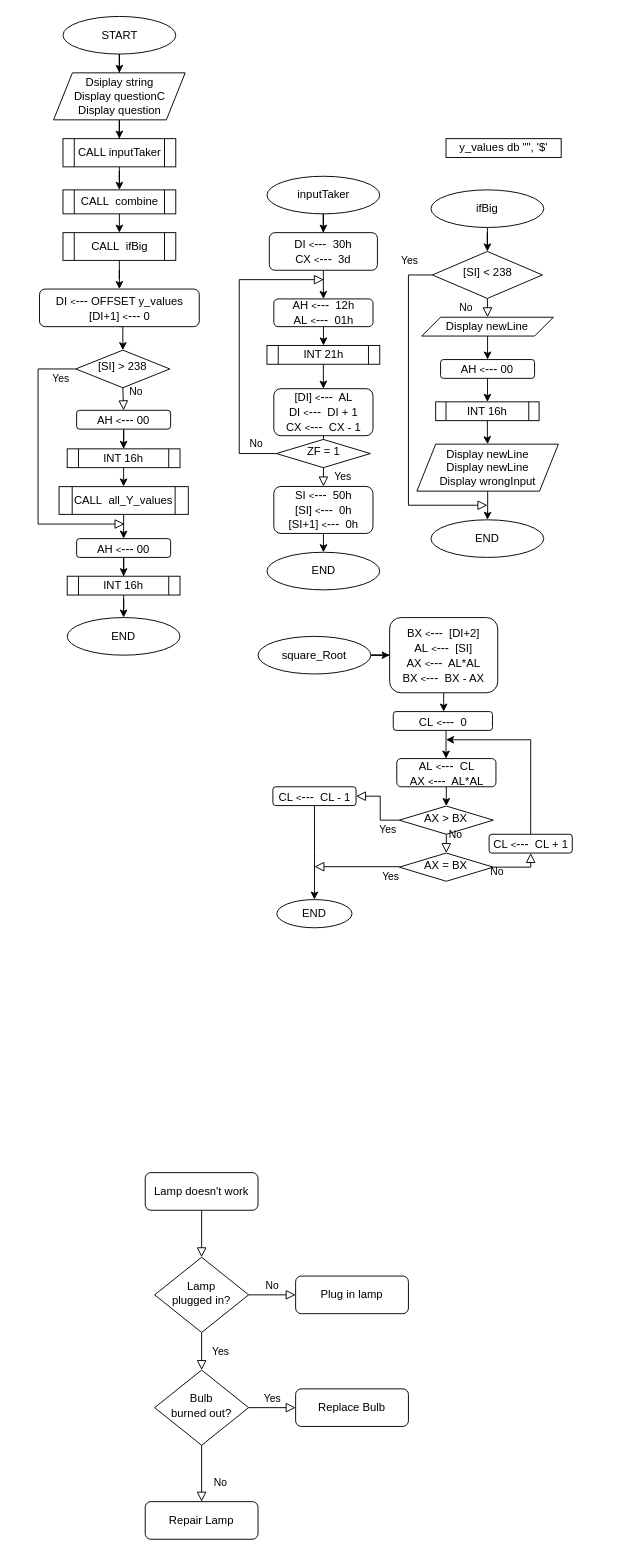
Above: compassSystem.drawio in mmuurraatt/AnadoluRobotik (draw.io), before the change. Source tidied: cells renumbered, new cells numbered last; positions are measured from the earlier drawing's top-left corner, leaving out a move shared by most shapes. Both pictures are drawn from the tidied source at 94%, with x=0, y=0 at pixel (38, 16).
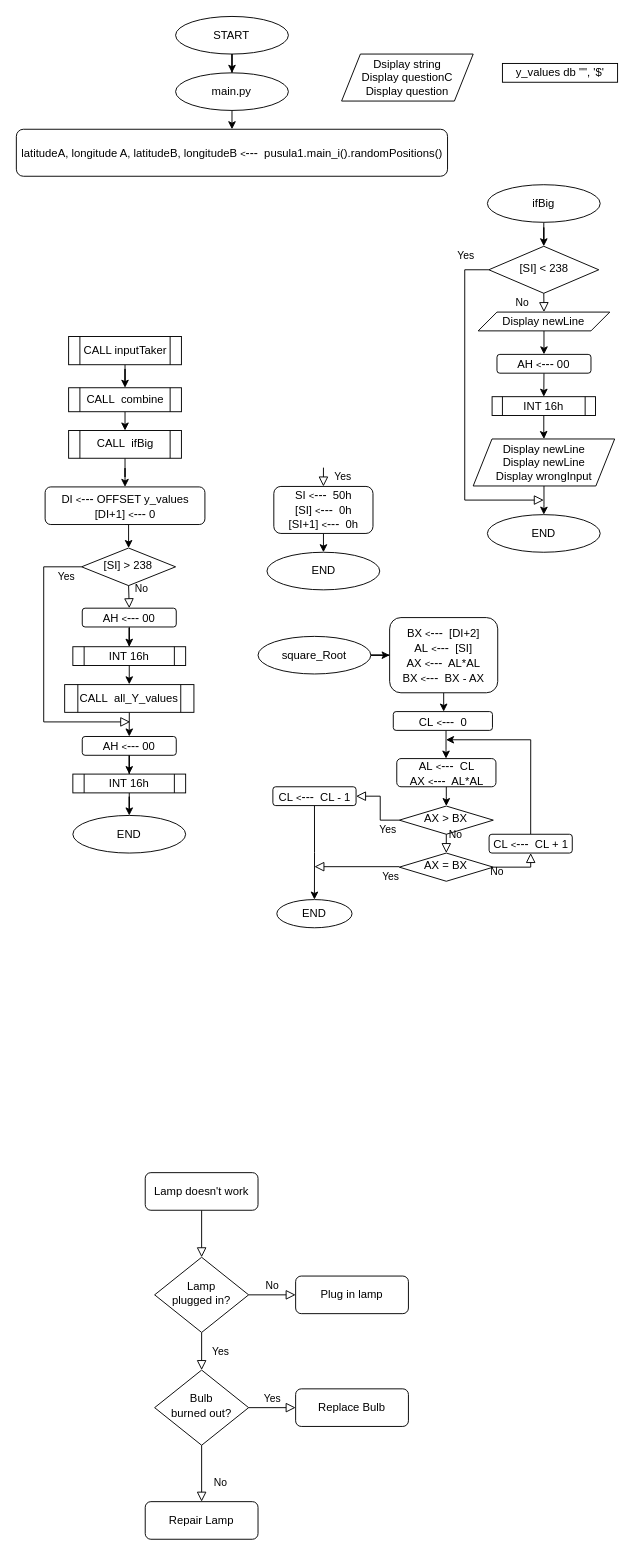
After the change.

Unchanged cells that the change refers to:
```xml
<mxCell id="46" value="SI&amp;nbsp;&lt;font style=&quot;font-size: 10px&quot;&gt;&amp;lt;&lt;/font&gt;&lt;font style=&quot;font-size: 13px&quot;&gt;---&lt;/font&gt;&amp;nbsp; 50h&lt;br&gt;[SI]&amp;nbsp;&lt;font style=&quot;font-size: 10px&quot;&gt;&amp;lt;&lt;/font&gt;&lt;font style=&quot;font-size: 13px&quot;&gt;---&lt;/font&gt;&amp;nbsp; 0h&lt;br&gt;[SI+1]&amp;nbsp;&lt;font style=&quot;font-size: 10px;&quot;&gt;&amp;lt;&lt;/font&gt;&lt;font style=&quot;font-size: 13px;&quot;&gt;---&lt;/font&gt;&amp;nbsp; 0h" style="rounded=1;whiteSpace=wrap;html=1;fontSize=12;glass=0;strokeWidth=1;shadow=0;" parent="1" vertex="1">
  <mxGeometry x="250.8" y="500" width="105.5" height="50" as="geometry" />
</mxCell>
```

Diff of the diagram source:
```diff
@@
-    <mxCell id="13" style="edgeStyle=orthogonalEdgeStyle;rounded=0;jettySize=auto;html=1;" parent="1" edge="1" source="14" target="16">
-      <mxGeometry relative="1" as="geometry" />
-    </mxCell>
+    <mxCell id="89" style="edgeStyle=orthogonalEdgeStyle;rounded=0;jettySize=auto;html=1;" parent="1" edge="1" source="14" target="91">
+      <mxGeometry relative="1" as="geometry" />
+    </mxCell>
     <mxCell id="14" value="START" style="ellipse;whiteSpace=wrap;html=1;" parent="1" vertex="1">
-      <mxGeometry x="26.5" width="120" height="40" as="geometry" />
+      <mxGeometry x="146.3" width="120" height="40" as="geometry" />
     </mxCell>
-    <mxCell id="15" style="edgeStyle=orthogonalEdgeStyle;rounded=0;jettySize=auto;html=1;" parent="1" edge="1" source="16" target="18">
-      <mxGeometry relative="1" as="geometry" />
-    </mxCell>
     <mxCell id="16" value="Dsiplay string&lt;br&gt;Display questionC&lt;br&gt;Display question" style="shape=parallelogram;perimeter=parallelogramPerimeter;whiteSpace=wrap;html=1;fixedSize=1;" parent="1" vertex="1">
-      <mxGeometry x="16.5" y="60" width="140" height="50" as="geometry" />
+      <mxGeometry x="322.9" y="40" width="140" height="50" as="geometry" />
     </mxCell>
@@
     <mxCell id="18" value="CALL inputTaker" style="shape=process;whiteSpace=wrap;html=1;backgroundOutline=1;" parent="1" vertex="1">
-      <mxGeometry x="26.5" y="130" width="120" height="30" as="geometry" />
+      <mxGeometry x="32.5" y="340.5" width="120" height="30" as="geometry" />
     </mxCell>
@@
     <mxCell id="20" value="CALL&amp;nbsp; combine" style="shape=process;whiteSpace=wrap;html=1;backgroundOutline=1;" parent="1" vertex="1">
-      <mxGeometry x="26.5" y="184.5" width="120" height="25.5" as="geometry" />
+      <mxGeometry x="32.5" y="395" width="120" height="25.5" as="geometry" />
     </mxCell>
@@
     <mxCell id="22" value="CALL&amp;nbsp; ifBig" style="shape=process;whiteSpace=wrap;html=1;backgroundOutline=1;" parent="1" vertex="1">
-      <mxGeometry x="26.5" y="230" width="120" height="29.5" as="geometry" />
+      <mxGeometry x="32.5" y="440.5" width="120" height="29.5" as="geometry" />
     </mxCell>
@@
     <mxCell id="24" value="DI&amp;nbsp;&lt;font style=&quot;font-size: 10px&quot;&gt;&amp;lt;&lt;/font&gt;&lt;font style=&quot;font-size: 13px&quot;&gt;---&lt;/font&gt;&amp;nbsp;OFFSET y_values&lt;br&gt;[DI+1]&amp;nbsp;&lt;font style=&quot;font-size: 10px;&quot;&gt;&amp;lt;&lt;/font&gt;&lt;font style=&quot;font-size: 13px;&quot;&gt;---&lt;/font&gt;&amp;nbsp;0" style="rounded=1;whiteSpace=wrap;html=1;fontSize=12;glass=0;strokeWidth=1;shadow=0;" parent="1" vertex="1">
-      <mxGeometry x="1.5" y="290" width="170" height="40" as="geometry" />
+      <mxGeometry x="7.5" y="500.5" width="170" height="40" as="geometry" />
     </mxCell>
     <mxCell id="25" value="[SI] &amp;gt; 238" style="rhombus;whiteSpace=wrap;html=1;shadow=0;fontFamily=Helvetica;fontSize=12;align=center;strokeWidth=1;spacing=6;spacingTop=-4;" parent="1" vertex="1">
-      <mxGeometry x="40.2" y="355" width="100" height="40" as="geometry" />
+      <mxGeometry x="46.3" y="565.5" width="100" height="40" as="geometry" />
     </mxCell>
@@
     <mxCell id="27" value="Yes" style="rounded=0;html=1;jettySize=auto;fontSize=11;endArrow=block;endFill=0;endSize=8;strokeWidth=1;shadow=0;labelBackgroundColor=none;edgeStyle=orthogonalEdgeStyle;exitX=0;exitY=0.5;exitDx=0;exitDy=0;" parent="1" edge="1" source="25">
       <mxGeometry x="-0.89" y="10" relative="1" as="geometry">
-        <mxPoint x="92" y="540" as="targetPoint" />
+        <mxPoint x="98" y="750.5" as="targetPoint" />
         <Array as="points">
-          <mxPoint y="375" />
-          <mxPoint y="540" />
-          <mxPoint x="92" y="540" />
+          <mxPoint x="6" y="585.5" />
+          <mxPoint x="6" y="750.5" />
+          <mxPoint x="98" y="750.5" />
         </Array>
       </mxGeometry>
     </mxCell>
@@
     <mxCell id="29" value="CALL&amp;nbsp; all_Y_values" style="shape=process;whiteSpace=wrap;html=1;backgroundOutline=1;" parent="1" vertex="1">
-      <mxGeometry x="22.3" y="500.2" width="137.5" height="29.5" as="geometry" />
+      <mxGeometry x="28.3" y="710.8" width="137.5" height="29.5" as="geometry" />
     </mxCell>
     <mxCell id="30" value="END" style="ellipse;whiteSpace=wrap;html=1;" parent="1" vertex="1">
-      <mxGeometry x="31" y="639.5" width="120" height="40" as="geometry" />
+      <mxGeometry x="37" y="850" width="120" height="40" as="geometry" />
     </mxCell>
     <mxCell id="31" value="y_values db &quot;&quot;, '$'" style="rounded=0;whiteSpace=wrap;html=1;" parent="1" vertex="1">
-      <mxGeometry x="434" y="130" width="122.5" height="20" as="geometry" />
+      <mxGeometry x="494" y="50" width="122.5" height="20" as="geometry" />
     </mxCell>
-    <mxCell id="32" style="edgeStyle=orthogonalEdgeStyle;rounded=0;jettySize=auto;html=1;" parent="1" edge="1" source="33" target="35">
-      <mxGeometry relative="1" as="geometry" />
-    </mxCell>
-    <mxCell id="33" value="inputTaker" style="ellipse;whiteSpace=wrap;html=1;" parent="1" vertex="1">
-      <mxGeometry x="243.5" y="170" width="120" height="40" as="geometry" />
-    </mxCell>
-    <mxCell id="34" style="edgeStyle=orthogonalEdgeStyle;rounded=0;jettySize=auto;html=1;" parent="1" edge="1" source="35" target="37">
-      <mxGeometry relative="1" as="geometry" />
-    </mxCell>
-    <mxCell id="35" value="DI&amp;nbsp;&lt;font style=&quot;font-size: 10px&quot;&gt;&amp;lt;&lt;/font&gt;&lt;font style=&quot;font-size: 13px&quot;&gt;---&lt;/font&gt;&amp;nbsp; 30h&lt;br&gt;CX&amp;nbsp;&lt;font style=&quot;font-size: 10px&quot;&gt;&amp;lt;&lt;/font&gt;&lt;font style=&quot;font-size: 13px&quot;&gt;---&lt;/font&gt;&amp;nbsp; 3d" style="rounded=1;whiteSpace=wrap;html=1;fontSize=12;glass=0;strokeWidth=1;shadow=0;" parent="1" vertex="1">
-      <mxGeometry x="246" y="230" width="115" height="40" as="geometry" />
-    </mxCell>
-    <mxCell id="36" style="edgeStyle=orthogonalEdgeStyle;rounded=0;jettySize=auto;html=1;" parent="1" edge="1" source="37" target="39">
-      <mxGeometry relative="1" as="geometry" />
-    </mxCell>
-    <mxCell id="37" value="AH&amp;nbsp;&lt;font style=&quot;font-size: 10px&quot;&gt;&amp;lt;&lt;/font&gt;&lt;font style=&quot;font-size: 13px&quot;&gt;---&lt;/font&gt;&amp;nbsp; 12h&lt;br&gt;AL&amp;nbsp;&lt;font style=&quot;font-size: 10px&quot;&gt;&amp;lt;&lt;/font&gt;&lt;font style=&quot;font-size: 13px&quot;&gt;---&lt;/font&gt;&amp;nbsp; 01h" style="rounded=1;whiteSpace=wrap;html=1;fontSize=12;glass=0;strokeWidth=1;shadow=0;" parent="1" vertex="1">
-      <mxGeometry x="250.8" y="300.5" width="105.5" height="29.5" as="geometry" />
-    </mxCell>
-    <mxCell id="38" style="edgeStyle=orthogonalEdgeStyle;rounded=0;jettySize=auto;html=1;" parent="1" edge="1" source="39" target="41">
-      <mxGeometry relative="1" as="geometry" />
-    </mxCell>
-    <mxCell id="39" value="INT 21h" style="shape=process;whiteSpace=wrap;html=1;backgroundOutline=1;" parent="1" vertex="1">
-      <mxGeometry x="243.5" y="350" width="120" height="20" as="geometry" />
-    </mxCell>
-    <mxCell id="40" style="edgeStyle=orthogonalEdgeStyle;rounded=0;jettySize=auto;html=1;" parent="1" edge="1" source="41" target="42">
-      <mxGeometry relative="1" as="geometry" />
-    </mxCell>
-    <mxCell id="41" value="[DI]&amp;nbsp;&lt;font style=&quot;font-size: 10px&quot;&gt;&amp;lt;&lt;/font&gt;&lt;font style=&quot;font-size: 13px&quot;&gt;---&lt;/font&gt;&amp;nbsp; AL&lt;br&gt;DI&amp;nbsp;&lt;font style=&quot;font-size: 10px&quot;&gt;&amp;lt;&lt;/font&gt;&lt;font style=&quot;font-size: 13px&quot;&gt;---&lt;/font&gt;&amp;nbsp; DI + 1&lt;br&gt;CX&amp;nbsp;&lt;font style=&quot;font-size: 10px&quot;&gt;&amp;lt;&lt;/font&gt;&lt;font style=&quot;font-size: 13px&quot;&gt;---&lt;/font&gt;&amp;nbsp; CX - 1" style="rounded=1;whiteSpace=wrap;html=1;fontSize=12;glass=0;strokeWidth=1;shadow=0;" parent="1" vertex="1">
-      <mxGeometry x="250.8" y="396" width="105.5" height="50" as="geometry" />
-    </mxCell>
-    <mxCell id="42" value="ZF = 1" style="rhombus;whiteSpace=wrap;html=1;shadow=0;fontFamily=Helvetica;fontSize=12;align=center;strokeWidth=1;spacing=6;spacingTop=-4;" parent="1" vertex="1">
-      <mxGeometry x="253.5" y="450" width="100" height="30" as="geometry" />
-    </mxCell>
-    <mxCell id="43" value="Yes" style="rounded=0;html=1;jettySize=auto;fontSize=11;endArrow=block;endFill=0;endSize=8;strokeWidth=1;shadow=0;labelBackgroundColor=none;edgeStyle=orthogonalEdgeStyle;exitX=0.5;exitY=1;exitDx=0;exitDy=0;entryX=0.5;entryY=0;entryDx=0;entryDy=0;" parent="1" edge="1" source="42" target="46">
+    <mxCell id="43" value="Yes" style="rounded=0;html=1;jettySize=auto;fontSize=11;endArrow=block;endFill=0;endSize=8;strokeWidth=1;shadow=0;labelBackgroundColor=none;edgeStyle=orthogonalEdgeStyle;exitX=0.5;exitY=1;exitDx=0;exitDy=0;entryX=0.5;entryY=0;entryDx=0;entryDy=0;" parent="1" edge="1" target="46">
       <mxGeometry y="20" relative="1" as="geometry">
+        <mxPoint x="303.5" y="480" as="sourcePoint" />
         <Array as="points">
           <mxPoint x="304" y="500" />
           <mxPoint x="304" y="525" />
         </Array>
       </mxGeometry>
     </mxCell>
-    <mxCell id="44" value="No" style="edgeStyle=orthogonalEdgeStyle;rounded=0;html=1;jettySize=auto;fontSize=11;endArrow=block;endFill=0;endSize=8;strokeWidth=1;shadow=0;labelBackgroundColor=none;exitX=0;exitY=0.5;exitDx=0;exitDy=0;" parent="1" edge="1" source="42">
-      <mxGeometry x="-0.86" y="-10" relative="1" as="geometry">
-        <mxPoint x="304" y="280" as="targetPoint" />
-        <Array as="points">
-          <mxPoint x="214" y="465" />
-        </Array>
-      </mxGeometry>
-    </mxCell>
@@
     <mxCell id="49" value="ifBig" style="ellipse;whiteSpace=wrap;html=1;" parent="1" vertex="1">
-      <mxGeometry x="418" y="184.5" width="120" height="40" as="geometry" />
+      <mxGeometry x="478" y="179" width="120" height="40" as="geometry" />
     </mxCell>
     <mxCell id="50" value="[SI] &amp;lt; 238" style="rhombus;whiteSpace=wrap;html=1;shadow=0;fontFamily=Helvetica;fontSize=12;align=center;strokeWidth=1;spacing=6;spacingTop=-4;" parent="1" vertex="1">
-      <mxGeometry x="419.5" y="250" width="117" height="50" as="geometry" />
+      <mxGeometry x="479.5" y="244.5" width="117" height="50" as="geometry" />
     </mxCell>
@@
     <mxCell id="52" value="Yes" style="rounded=0;html=1;jettySize=auto;fontSize=11;endArrow=block;endFill=0;endSize=8;strokeWidth=1;shadow=0;labelBackgroundColor=none;edgeStyle=orthogonalEdgeStyle;exitX=0;exitY=0.5;exitDx=0;exitDy=0;" parent="1" edge="1" source="50">
       <mxGeometry x="-0.86" y="-15" relative="1" as="geometry">
-        <mxPoint x="478" y="520" as="targetPoint" />
+        <mxPoint x="538" y="514.5" as="targetPoint" />
         <Array as="points">
-          <mxPoint x="394" y="275" />
+          <mxPoint x="453.9" y="269.5" />
         </Array>
       </mxGeometry>
     </mxCell>
@@
     <mxCell id="54" value="Display newLine&lt;br&gt;" style="shape=parallelogram;perimeter=parallelogramPerimeter;whiteSpace=wrap;html=1;fixedSize=1;" parent="1" vertex="1">
-      <mxGeometry x="408.2" y="320" width="140" height="20" as="geometry" />
+      <mxGeometry x="468.2" y="314.5" width="140" height="20" as="geometry" />
     </mxCell>
@@
     <mxCell id="56" value="AH&amp;nbsp;&lt;font style=&quot;font-size: 10px&quot;&gt;&amp;lt;&lt;/font&gt;&lt;font style=&quot;font-size: 13px&quot;&gt;---&lt;/font&gt;&amp;nbsp;00" style="rounded=1;whiteSpace=wrap;html=1;fontSize=12;glass=0;strokeWidth=1;shadow=0;" parent="1" vertex="1">
-      <mxGeometry x="428.2" y="365" width="100" height="20" as="geometry" />
+      <mxGeometry x="488.2" y="359.5" width="100" height="20" as="geometry" />
     </mxCell>
@@
     <mxCell id="58" value="INT 16h" style="shape=process;whiteSpace=wrap;html=1;backgroundOutline=1;" parent="1" vertex="1">
-      <mxGeometry x="423" y="410" width="110" height="20" as="geometry" />
+      <mxGeometry x="483" y="404.5" width="110" height="20" as="geometry" />
     </mxCell>
@@
     <mxCell id="60" value="Display newLine&lt;br&gt;Display newLine&lt;br&gt;Display wrongInput" style="shape=parallelogram;perimeter=parallelogramPerimeter;whiteSpace=wrap;html=1;fixedSize=1;" parent="1" vertex="1">
-      <mxGeometry x="403" y="455" width="150.5" height="50" as="geometry" />
+      <mxGeometry x="462.9" y="449.5" width="150.5" height="50" as="geometry" />
     </mxCell>
     <mxCell id="61" value="END" style="ellipse;whiteSpace=wrap;html=1;" parent="1" vertex="1">
-      <mxGeometry x="418" y="535.5" width="120" height="40" as="geometry" />
+      <mxGeometry x="478" y="530" width="120" height="40" as="geometry" />
     </mxCell>
@@
     <mxCell id="82" value="AH&amp;nbsp;&lt;font style=&quot;font-size: 10px&quot;&gt;&amp;lt;&lt;/font&gt;&lt;font style=&quot;font-size: 13px&quot;&gt;---&lt;/font&gt;&amp;nbsp;00" style="rounded=1;whiteSpace=wrap;html=1;fontSize=12;glass=0;strokeWidth=1;shadow=0;" parent="1" vertex="1">
-      <mxGeometry x="41" y="555.5" width="100" height="20" as="geometry" />
+      <mxGeometry x="47" y="766" width="100" height="20" as="geometry" />
     </mxCell>
@@
     <mxCell id="84" value="INT 16h" style="shape=process;whiteSpace=wrap;html=1;backgroundOutline=1;" parent="1" vertex="1">
-      <mxGeometry x="31" y="595.5" width="120" height="20" as="geometry" />
+      <mxGeometry x="37" y="806" width="120" height="20" as="geometry" />
     </mxCell>
@@
     <mxCell id="86" value="AH&amp;nbsp;&lt;font style=&quot;font-size: 10px&quot;&gt;&amp;lt;&lt;/font&gt;&lt;font style=&quot;font-size: 13px&quot;&gt;---&lt;/font&gt;&amp;nbsp;00" style="rounded=1;whiteSpace=wrap;html=1;fontSize=12;glass=0;strokeWidth=1;shadow=0;" parent="1" vertex="1">
-      <mxGeometry x="41" y="419" width="100" height="20" as="geometry" />
+      <mxGeometry x="47" y="629.5" width="100" height="20" as="geometry" />
     </mxCell>
@@
     <mxCell id="88" value="INT 16h" style="shape=process;whiteSpace=wrap;html=1;backgroundOutline=1;" parent="1" vertex="1">
-      <mxGeometry x="31" y="460" width="120" height="20" as="geometry" />
+      <mxGeometry x="37" y="670.5" width="120" height="20" as="geometry" />
     </mxCell>
+    <mxCell id="90" style="edgeStyle=orthogonalEdgeStyle;rounded=0;jettySize=auto;html=1;" parent="1" edge="1" source="91" target="92">
+      <mxGeometry relative="1" as="geometry" />
+    </mxCell>
+    <mxCell id="91" value="main.py" style="ellipse;whiteSpace=wrap;html=1;" parent="1" vertex="1">
+      <mxGeometry x="146.3" y="60" width="120" height="40" as="geometry" />
+    </mxCell>
+    <mxCell id="92" value="latitudeA, longitude A, latitudeB, longitudeB&amp;nbsp;&lt;font style=&quot;font-size: 10px&quot;&gt;&amp;lt;&lt;/font&gt;&lt;font style=&quot;font-size: 13px&quot;&gt;---&lt;/font&gt;&amp;nbsp;&amp;nbsp;&lt;span style=&quot;background-color: rgb(255, 255, 255);&quot;&gt;pusula1.main_i().randomPositions()&lt;/span&gt;" style="rounded=1;whiteSpace=wrap;html=1;fontSize=12;glass=0;strokeWidth=1;shadow=0;" parent="1" vertex="1">
+      <mxGeometry x="-23.1" y="120" width="458.7" height="50" as="geometry" />
+    </mxCell>
```
